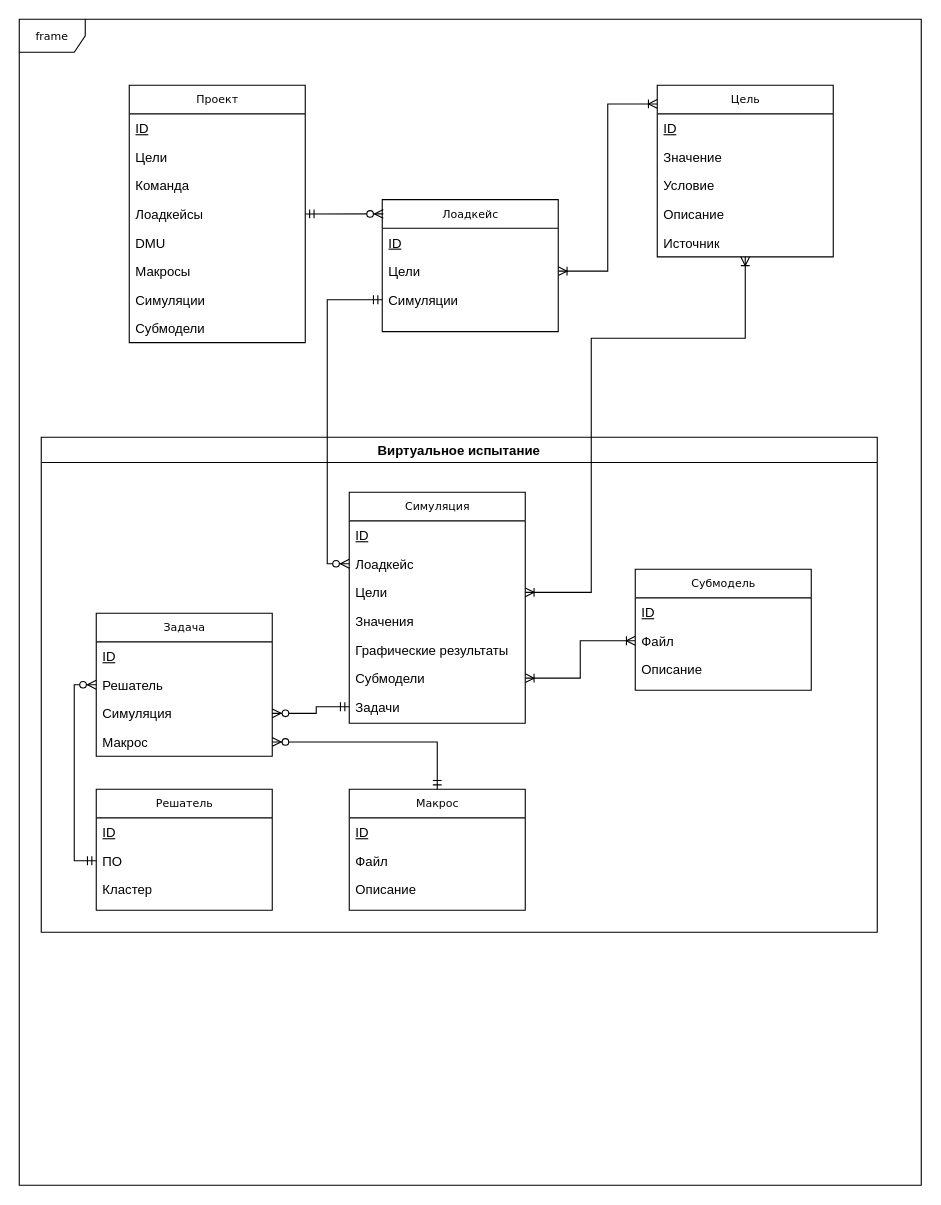
Before: class bench diagram.drawio in AleksTikhonov/CML-Bench-API, a draw.io diagram. Source tidied: cells renumbered, new cells numbered last; positions are measured from the earlier drawing's top-left corner, leaving out a move shared by most shapes. Both pictures are drawn from the tidied source at 110%, with x=0, y=0 at pixel (19, 19).
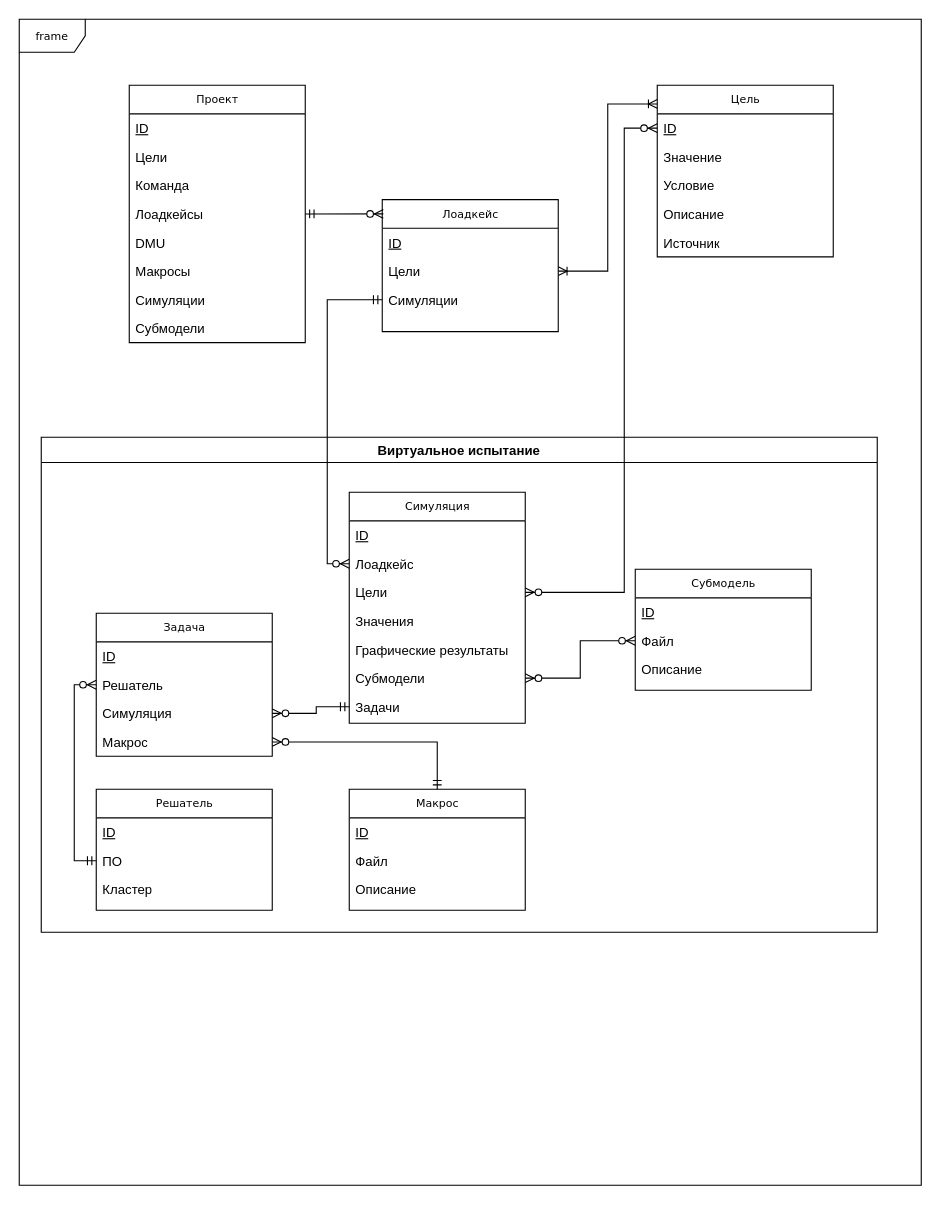
Above is the later version.

The change refers to these unchanged cells:
```xml
<mxCell id="17" value="&lt;u&gt;ID&lt;/u&gt;" style="text;html=1;strokeColor=none;fillColor=none;align=left;verticalAlign=top;spacingLeft=4;spacingRight=4;whiteSpace=wrap;overflow=hidden;points=[[0,0.5],[1,0.5]];portConstraint=eastwest;" parent="16" vertex="1">
  <mxGeometry y="26" width="160" height="26" as="geometry" />
</mxCell>
<mxCell id="21" value="Источник" style="text;html=1;strokeColor=none;fillColor=none;align=left;verticalAlign=top;spacingLeft=4;spacingRight=4;whiteSpace=wrap;overflow=hidden;points=[[0,0.5],[1,0.5]];portConstraint=eastwest;" parent="16" vertex="1">
  <mxGeometry y="130" width="160" height="26" as="geometry" />
</mxCell>
<mxCell id="24" value="Виртуальное испытание" style="swimlane;" parent="1" vertex="1">
  <mxGeometry x="20" y="380" width="760" height="450" as="geometry" />
</mxCell>
<mxCell id="27" value="Файл" style="text;html=1;strokeColor=none;fillColor=none;align=left;verticalAlign=top;spacingLeft=4;spacingRight=4;whiteSpace=wrap;overflow=hidden;points=[[0,0.5],[1,0.5]];portConstraint=eastwest;" parent="25" vertex="1">
  <mxGeometry y="52" width="160" height="26" as="geometry" />
</mxCell>
<mxCell id="32" value="Цели" style="text;html=1;strokeColor=none;fillColor=none;align=left;verticalAlign=top;spacingLeft=4;spacingRight=4;whiteSpace=wrap;overflow=hidden;points=[[0,0.5],[1,0.5]];portConstraint=eastwest;" parent="29" vertex="1">
  <mxGeometry y="78" width="160" height="26" as="geometry" />
</mxCell>
<mxCell id="35" value="Субмодели" style="text;html=1;strokeColor=none;fillColor=none;align=left;verticalAlign=top;spacingLeft=4;spacingRight=4;whiteSpace=wrap;overflow=hidden;points=[[0,0.5],[1,0.5]];portConstraint=eastwest;" parent="29" vertex="1">
  <mxGeometry y="156" width="160" height="26" as="geometry" />
</mxCell>
```

Change to the diagram source:
```diff
@@
-    <mxCell id="37" style="edgeStyle=orthogonalEdgeStyle;rounded=0;jettySize=auto;html=1;exitX=1;exitY=0.5;exitDx=0;exitDy=0;startArrow=ERoneToMany;startFill=0;endArrow=ERoneToMany;endFill=0;entryX=0;entryY=0.5;entryDx=0;entryDy=0;" parent="24" edge="1" source="35" target="27">
-      <mxGeometry relative="1" as="geometry" />
-    </mxCell>
@@
-    <mxCell id="54" style="edgeStyle=orthogonalEdgeStyle;rounded=0;jettySize=auto;html=1;exitX=1;exitY=0.5;exitDx=0;exitDy=0;startArrow=ERoneToMany;startFill=0;endArrow=ERoneToMany;endFill=0;" parent="1" edge="1" source="32" target="21">
-      <mxGeometry relative="1" as="geometry">
-        <Array as="points">
-          <mxPoint x="520" y="521" />
-          <mxPoint x="520" y="290" />
-          <mxPoint x="660" y="290" />
-        </Array>
-      </mxGeometry>
-    </mxCell>
+    <mxCell id="56" style="edgeStyle=orthogonalEdgeStyle;rounded=0;jettySize=auto;html=1;startArrow=ERzeroToMany;startFill=1;endArrow=ERzeroToMany;endFill=1;exitX=0;exitY=0.5;exitDx=0;exitDy=0;entryX=1;entryY=0.5;entryDx=0;entryDy=0;" parent="24" edge="1" source="27" target="35">
+      <mxGeometry relative="1" as="geometry">
+        <Array as="points">
+          <mxPoint x="490" y="185" />
+          <mxPoint x="490" y="219" />
+        </Array>
+      </mxGeometry>
+    </mxCell>
@@
+    <mxCell id="57" style="edgeStyle=orthogonalEdgeStyle;rounded=0;jettySize=auto;html=1;startArrow=ERzeroToMany;startFill=1;endArrow=ERzeroToMany;endFill=1;exitX=0;exitY=0.5;exitDx=0;exitDy=0;entryX=1;entryY=0.5;entryDx=0;entryDy=0;" parent="1" edge="1" source="17" target="32">
+      <mxGeometry relative="1" as="geometry">
+        <Array as="points">
+          <mxPoint x="550" y="99" />
+          <mxPoint x="550" y="521" />
+        </Array>
+      </mxGeometry>
+    </mxCell>
```
